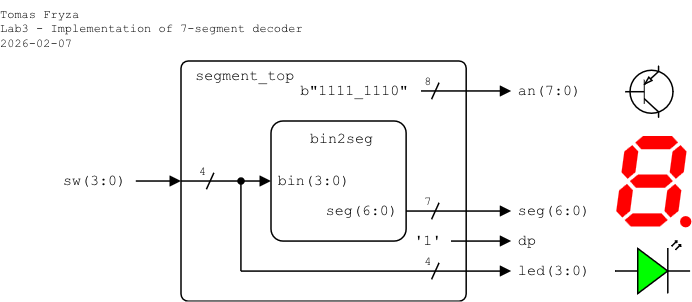
Earlier version of the draw.io export lab3-segment/images/top-level_1-digit.png (tomas-fryza/vhdl-examples). Source tidied: cells renumbered, new cells last; positions are measured from the earlier drawing's top-left corner, leaving out a move shared by most shapes. Source of this version:
```xml
<mxGraphModel>
  <root>
    <mxCell id="0" />
    <mxCell id="1" parent="0" />
    <mxCell id="2" value="segment_top" style="rounded=1;arcSize=3;whiteSpace=wrap;html=1;align=left;verticalAlign=top;fontFamily=Courier New;absoluteArcSize=0;fillColor=none;fontSize=10;spacingLeft=10;imageHeight=24;spacing=0;" parent="1" vertex="1">
      <mxGeometry x="120" y="40" width="190" height="160" as="geometry" />
    </mxCell>
    <mxCell id="3" value="bin2seg" style="rounded=1;arcSize=10;align=center;verticalAlign=top;fontFamily=Courier New;absoluteArcSize=0;fillColor=none;fixDash=0;fontSize=10;spacingLeft=5;labelBorderColor=none;spacingTop=0;spacing=2;labelBackgroundColor=none;whiteSpace=wrap;html=1;strokeWidth=1;shadow=0;glass=0;" parent="1" vertex="1">
      <mxGeometry x="180" y="80" width="90" height="80" as="geometry" />
    </mxCell>
    <mxCell id="4" value="&lt;div style=&quot;line-height: 100%;&quot; align=&quot;left&quot;&gt;bin(3:0)&lt;/div&gt;" style="text;html=1;align=left;verticalAlign=middle;whiteSpace=wrap;rounded=0;fontFamily=Courier New;fontSize=10;fillOpacity=100;spacingLeft=5;spacing=0;" parent="1" vertex="1">
      <mxGeometry x="180" y="110" width="60" height="20" as="geometry" />
    </mxCell>
    <mxCell id="5" value="&lt;div style=&quot;line-height: 100%;&quot;&gt;seg(6:0)&lt;/div&gt;" style="text;html=1;align=right;verticalAlign=middle;whiteSpace=wrap;rounded=0;fontFamily=Courier New;fontSize=10;fillOpacity=100;spacing=0;spacingRight=5;" parent="1" vertex="1">
      <mxGeometry x="210" y="130" width="60" height="20" as="geometry" />
    </mxCell>
    <mxCell id="6" style="endArrow=block;html=1;rounded=0;exitX=1;exitY=0.5;exitDx=0;exitDy=0;endFill=1;endSize=5;startSize=5;" parent="1" edge="1" source="5">
      <mxGeometry relative="1" as="geometry">
        <mxPoint x="340" y="140" as="targetPoint" />
      </mxGeometry>
    </mxCell>
    <mxCell id="7" style="endArrow=block;html=1;rounded=0;endFill=1;endSize=5;startSize=5;" parent="1" edge="1">
      <mxGeometry relative="1" as="geometry">
        <mxPoint x="120" y="120" as="sourcePoint" />
        <mxPoint x="180" y="120" as="targetPoint" />
      </mxGeometry>
    </mxCell>
    <mxCell id="8" style="endArrow=block;html=1;rounded=0;endFill=1;endSize=5;startSize=5;" parent="1" edge="1">
      <mxGeometry relative="1" as="geometry">
        <mxPoint x="90" y="120" as="sourcePoint" />
        <mxPoint x="120" y="120" as="targetPoint" />
      </mxGeometry>
    </mxCell>
    <mxCell id="9" value="sw(3:0)" style="text;html=1;align=left;verticalAlign=middle;whiteSpace=wrap;rounded=0;fontFamily=Courier New;fontSize=10;fillOpacity=100;spacing=2;spacingLeft=0;" parent="1" vertex="1">
      <mxGeometry x="40" y="110" width="40" height="20" as="geometry" />
    </mxCell>
    <mxCell id="10" value="seg(6:0)" style="text;html=1;align=left;verticalAlign=middle;whiteSpace=wrap;rounded=0;fontFamily=Courier New;fontSize=10;fillOpacity=100;spacing=0;spacingLeft=5;" parent="1" vertex="1">
      <mxGeometry x="340" y="130" width="60" height="20" as="geometry" />
    </mxCell>
    <mxCell id="11" style="endArrow=block;html=1;rounded=0;endFill=1;orthogonal=1;endSize=5;startSize=5;" parent="1" edge="1">
      <mxGeometry relative="1" as="geometry">
        <mxPoint x="160" y="180" as="sourcePoint" />
        <mxPoint x="340" y="180" as="targetPoint" />
      </mxGeometry>
    </mxCell>
    <mxCell id="12" style="endArrow=none;html=1;rounded=0;startArrow=oval;startFill=1;endSize=4;startSize=4;" parent="1" edge="1">
      <mxGeometry relative="1" as="geometry">
        <mxPoint x="160" y="120" as="sourcePoint" />
        <mxPoint x="160" y="180" as="targetPoint" />
      </mxGeometry>
    </mxCell>
    <mxCell id="13" value="led(3:0)" style="text;html=1;align=left;verticalAlign=middle;whiteSpace=wrap;rounded=0;fontFamily=Courier New;fontSize=10;fillOpacity=100;spacing=0;spacingLeft=5;" parent="1" vertex="1">
      <mxGeometry x="340" y="170" width="60" height="20" as="geometry" />
    </mxCell>
    <mxCell id="14" style="endArrow=block;html=1;rounded=0;endFill=1;orthogonal=1;endSize=5;startSize=5;" parent="1" edge="1">
      <mxGeometry relative="1" as="geometry">
        <mxPoint x="280" y="60" as="sourcePoint" />
        <mxPoint x="340" y="60" as="targetPoint" />
      </mxGeometry>
    </mxCell>
    <mxCell id="15" value="b&quot;1111_1110&quot;" style="text;html=1;align=left;verticalAlign=middle;whiteSpace=wrap;rounded=0;fontFamily=Courier New;fontSize=10;fillOpacity=100;spacing=0;spacingLeft=0;spacingRight=5;" parent="1" vertex="1">
      <mxGeometry x="200" y="50" width="80" height="20" as="geometry" />
    </mxCell>
    <mxCell id="16" value="an(7:0)" style="text;html=1;align=left;verticalAlign=middle;whiteSpace=wrap;rounded=0;fontFamily=Courier New;fontSize=10;fillOpacity=100;spacing=0;spacingLeft=5;" parent="1" vertex="1">
      <mxGeometry x="340" y="50" width="50" height="20" as="geometry" />
    </mxCell>
    <mxCell id="17" style="endArrow=block;html=1;rounded=0;endFill=1;orthogonal=1;endSize=5;startSize=5;" parent="1" edge="1">
      <mxGeometry relative="1" as="geometry">
        <mxPoint x="300" y="160" as="sourcePoint" />
        <mxPoint x="340" y="160" as="targetPoint" />
      </mxGeometry>
    </mxCell>
    <mxCell id="18" value="dp" style="text;html=1;align=left;verticalAlign=middle;whiteSpace=wrap;rounded=0;fontFamily=Courier New;fontSize=10;fillOpacity=100;spacing=0;spacingLeft=5;" parent="1" vertex="1">
      <mxGeometry x="340" y="150" width="20" height="20" as="geometry" />
    </mxCell>
    <mxCell id="19" value="'1'" style="text;html=1;align=right;verticalAlign=middle;whiteSpace=wrap;rounded=0;fontFamily=Courier New;fontSize=10;fillOpacity=100;spacing=0;spacingLeft=0;spacingRight=5;" parent="1" vertex="1">
      <mxGeometry x="269" y="150" width="30" height="20" as="geometry" />
    </mxCell>
    <mxCell id="20" style="verticalLabelPosition=bottom;shadow=0;dashed=0;align=center;html=1;verticalAlign=top;shape=mxgraph.electrical.opto_electronics.7_segment_display_with_dp;fillColor=#FF0000;strokeColor=none;" parent="1" vertex="1">
      <mxGeometry x="410" y="90" width="50" height="60.8" as="geometry" />
    </mxCell>
    <mxCell id="21" style="verticalLabelPosition=bottom;shadow=0;dashed=0;align=center;html=1;verticalAlign=top;shape=mxgraph.electrical.opto_electronics.led_2;fillColor=#00FF00;" parent="1" vertex="1">
      <mxGeometry x="409.4" y="160" width="50" height="35" as="geometry" />
    </mxCell>
    <mxCell id="22" value="7" style="text;html=1;align=center;verticalAlign=middle;whiteSpace=wrap;rounded=0;fontFamily=Courier New;fontSize=8;fillOpacity=100;spacing=2;spacingRight=0;" parent="1" vertex="1">
      <mxGeometry x="280" y="124" width="10" height="20" as="geometry" />
    </mxCell>
    <mxCell id="23" style="endArrow=none;html=1;rounded=0;startArrow=none;startFill=0;endSize=4;startSize=4;" parent="1" edge="1">
      <mxGeometry relative="1" as="geometry">
        <mxPoint x="292" y="134.5" as="sourcePoint" />
        <mxPoint x="287" y="145.5" as="targetPoint" />
      </mxGeometry>
    </mxCell>
    <mxCell id="24" value="8" style="text;html=1;align=center;verticalAlign=middle;whiteSpace=wrap;rounded=0;fontFamily=Courier New;fontSize=8;fillOpacity=100;spacing=2;spacingRight=0;" parent="1" vertex="1">
      <mxGeometry x="280" y="44" width="10" height="20" as="geometry" />
    </mxCell>
    <mxCell id="25" style="endArrow=none;html=1;rounded=0;startArrow=none;startFill=0;endSize=4;startSize=4;" parent="1" edge="1">
      <mxGeometry relative="1" as="geometry">
        <mxPoint x="292" y="54.5" as="sourcePoint" />
        <mxPoint x="287" y="65.5" as="targetPoint" />
      </mxGeometry>
    </mxCell>
    <mxCell id="26" value="&lt;div&gt;Tomas Fryza&lt;/div&gt;&lt;div&gt;Lab3 - Implementation of 7-segment decoder&lt;/div&gt;&lt;div&gt;2026-02-07&lt;/div&gt;" style="text;html=1;align=left;verticalAlign=top;whiteSpace=wrap;rounded=0;fontFamily=Courier New;fontSize=8;fillOpacity=100;spacing=0;spacingLeft=0;" parent="1" vertex="1">
      <mxGeometry width="240" height="40" as="geometry" />
    </mxCell>
    <mxCell id="27" value="4" style="text;html=1;align=center;verticalAlign=middle;whiteSpace=wrap;rounded=0;fontFamily=Courier New;fontSize=8;fillOpacity=100;spacing=2;spacingRight=0;" parent="1" vertex="1">
      <mxGeometry x="280" y="164" width="10" height="20" as="geometry" />
    </mxCell>
    <mxCell id="28" style="endArrow=none;html=1;rounded=0;startArrow=none;startFill=0;endSize=4;startSize=4;" parent="1" edge="1">
      <mxGeometry relative="1" as="geometry">
        <mxPoint x="292" y="174.5" as="sourcePoint" />
        <mxPoint x="287" y="185.5" as="targetPoint" />
      </mxGeometry>
    </mxCell>
    <mxCell id="29" value="4" style="text;html=1;align=center;verticalAlign=middle;whiteSpace=wrap;rounded=0;fontFamily=Courier New;fontSize=8;fillOpacity=100;spacing=2;spacingRight=0;" parent="1" vertex="1">
      <mxGeometry x="130" y="104" width="10" height="20" as="geometry" />
    </mxCell>
    <mxCell id="30" style="endArrow=none;html=1;rounded=0;startArrow=none;startFill=0;endSize=4;startSize=4;" parent="1" edge="1">
      <mxGeometry relative="1" as="geometry">
        <mxPoint x="142" y="114.5" as="sourcePoint" />
        <mxPoint x="137" y="125.5" as="targetPoint" />
      </mxGeometry>
    </mxCell>
    <mxCell id="31" style="verticalLabelPosition=bottom;shadow=0;dashed=0;align=center;html=1;verticalAlign=top;shape=mxgraph.electrical.transistors.pnp_transistor_1;" parent="1" vertex="1">
      <mxGeometry x="415.2" y="43" width="33.2" height="35" as="geometry" />
    </mxCell>
  </root>
</mxGraphModel>
```
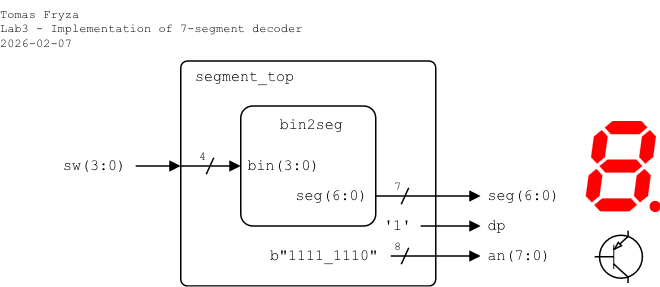
Above is the later version.

Commit message:
top level simplified

Change to the diagram source:
```diff
@@ -3,26 +3,26 @@
     <mxCell id="0" />
     <mxCell id="1" parent="0" />
     <mxCell id="2" value="segment_top" style="rounded=1;arcSize=3;whiteSpace=wrap;html=1;align=left;verticalAlign=top;fontFamily=Courier New;absoluteArcSize=0;fillColor=none;fontSize=10;spacingLeft=10;imageHeight=24;spacing=0;" parent="1" vertex="1">
-      <mxGeometry x="120" y="40" width="190" height="160" as="geometry" />
+      <mxGeometry x="120" y="50" width="170" height="150" as="geometry" />
     </mxCell>
     <mxCell id="3" value="bin2seg" style="rounded=1;arcSize=10;align=center;verticalAlign=top;fontFamily=Courier New;absoluteArcSize=0;fillColor=none;fixDash=0;fontSize=10;spacingLeft=5;labelBorderColor=none;spacingTop=0;spacing=2;labelBackgroundColor=none;whiteSpace=wrap;html=1;strokeWidth=1;shadow=0;glass=0;" parent="1" vertex="1">
-      <mxGeometry x="180" y="80" width="90" height="80" as="geometry" />
+      <mxGeometry x="160" y="80" width="90" height="80" as="geometry" />
     </mxCell>
     <mxCell id="4" value="&lt;div style=&quot;line-height: 100%;&quot; align=&quot;left&quot;&gt;bin(3:0)&lt;/div&gt;" style="text;html=1;align=left;verticalAlign=middle;whiteSpace=wrap;rounded=0;fontFamily=Courier New;fontSize=10;fillOpacity=100;spacingLeft=5;spacing=0;" parent="1" vertex="1">
-      <mxGeometry x="180" y="110" width="60" height="20" as="geometry" />
+      <mxGeometry x="160" y="110" width="60" height="20" as="geometry" />
     </mxCell>
     <mxCell id="5" value="&lt;div style=&quot;line-height: 100%;&quot;&gt;seg(6:0)&lt;/div&gt;" style="text;html=1;align=right;verticalAlign=middle;whiteSpace=wrap;rounded=0;fontFamily=Courier New;fontSize=10;fillOpacity=100;spacing=0;spacingRight=5;" parent="1" vertex="1">
-      <mxGeometry x="210" y="130" width="60" height="20" as="geometry" />
+      <mxGeometry x="190" y="130" width="60" height="20" as="geometry" />
     </mxCell>
     <mxCell id="6" style="endArrow=block;html=1;rounded=0;exitX=1;exitY=0.5;exitDx=0;exitDy=0;endFill=1;endSize=5;startSize=5;" parent="1" edge="1" source="5">
       <mxGeometry relative="1" as="geometry">
-        <mxPoint x="340" y="140" as="targetPoint" />
+        <mxPoint x="320" y="140" as="targetPoint" />
       </mxGeometry>
     </mxCell>
     <mxCell id="7" style="endArrow=block;html=1;rounded=0;endFill=1;endSize=5;startSize=5;" parent="1" edge="1">
       <mxGeometry relative="1" as="geometry">
         <mxPoint x="120" y="120" as="sourcePoint" />
-        <mxPoint x="180" y="120" as="targetPoint" />
+        <mxPoint x="160" y="120" as="targetPoint" />
       </mxGeometry>
     </mxCell>
     <mxCell id="8" style="endArrow=block;html=1;rounded=0;endFill=1;endSize=5;startSize=5;" parent="1" edge="1">
@@ -35,94 +35,67 @@
       <mxGeometry x="40" y="110" width="40" height="20" as="geometry" />
     </mxCell>
     <mxCell id="10" value="seg(6:0)" style="text;html=1;align=left;verticalAlign=middle;whiteSpace=wrap;rounded=0;fontFamily=Courier New;fontSize=10;fillOpacity=100;spacing=0;spacingLeft=5;" parent="1" vertex="1">
-      <mxGeometry x="340" y="130" width="60" height="20" as="geometry" />
+      <mxGeometry x="320" y="130" width="60" height="20" as="geometry" />
     </mxCell>
     <mxCell id="11" style="endArrow=block;html=1;rounded=0;endFill=1;orthogonal=1;endSize=5;startSize=5;" parent="1" edge="1">
       <mxGeometry relative="1" as="geometry">
-        <mxPoint x="160" y="180" as="sourcePoint" />
-        <mxPoint x="340" y="180" as="targetPoint" />
+        <mxPoint x="260" y="180" as="sourcePoint" />
+        <mxPoint x="320" y="180" as="targetPoint" />
       </mxGeometry>
     </mxCell>
-    <mxCell id="12" style="endArrow=none;html=1;rounded=0;startArrow=oval;startFill=1;endSize=4;startSize=4;" parent="1" edge="1">
-      <mxGeometry relative="1" as="geometry">
-        <mxPoint x="160" y="120" as="sourcePoint" />
-        <mxPoint x="160" y="180" as="targetPoint" />
-      </mxGeometry>
+    <mxCell id="12" value="b&quot;1111_1110&quot;" style="text;html=1;align=left;verticalAlign=middle;whiteSpace=wrap;rounded=0;fontFamily=Courier New;fontSize=10;fillOpacity=100;spacing=0;spacingLeft=0;spacingRight=5;" parent="1" vertex="1">
+      <mxGeometry x="180" y="170" width="80" height="20" as="geometry" />
     </mxCell>
-    <mxCell id="13" value="led(3:0)" style="text;html=1;align=left;verticalAlign=middle;whiteSpace=wrap;rounded=0;fontFamily=Courier New;fontSize=10;fillOpacity=100;spacing=0;spacingLeft=5;" parent="1" vertex="1">
-      <mxGeometry x="340" y="170" width="60" height="20" as="geometry" />
+    <mxCell id="13" value="an(7:0)" style="text;html=1;align=left;verticalAlign=middle;whiteSpace=wrap;rounded=0;fontFamily=Courier New;fontSize=10;fillOpacity=100;spacing=0;spacingLeft=5;" parent="1" vertex="1">
+      <mxGeometry x="320" y="170" width="50" height="20" as="geometry" />
     </mxCell>
     <mxCell id="14" style="endArrow=block;html=1;rounded=0;endFill=1;orthogonal=1;endSize=5;startSize=5;" parent="1" edge="1">
       <mxGeometry relative="1" as="geometry">
-        <mxPoint x="280" y="60" as="sourcePoint" />
-        <mxPoint x="340" y="60" as="targetPoint" />
+        <mxPoint x="280" y="160" as="sourcePoint" />
+        <mxPoint x="320" y="160" as="targetPoint" />
       </mxGeometry>
     </mxCell>
-    <mxCell id="15" value="b&quot;1111_1110&quot;" style="text;html=1;align=left;verticalAlign=middle;whiteSpace=wrap;rounded=0;fontFamily=Courier New;fontSize=10;fillOpacity=100;spacing=0;spacingLeft=0;spacingRight=5;" parent="1" vertex="1">
-      <mxGeometry x="200" y="50" width="80" height="20" as="geometry" />
+    <mxCell id="15" value="dp" style="text;html=1;align=left;verticalAlign=middle;whiteSpace=wrap;rounded=0;fontFamily=Courier New;fontSize=10;fillOpacity=100;spacing=0;spacingLeft=5;" parent="1" vertex="1">
+      <mxGeometry x="320" y="150" width="20" height="20" as="geometry" />
     </mxCell>
-    <mxCell id="16" value="an(7:0)" style="text;html=1;align=left;verticalAlign=middle;whiteSpace=wrap;rounded=0;fontFamily=Courier New;fontSize=10;fillOpacity=100;spacing=0;spacingLeft=5;" parent="1" vertex="1">
-      <mxGeometry x="340" y="50" width="50" height="20" as="geometry" />
+    <mxCell id="16" value="'1'" style="text;html=1;align=right;verticalAlign=middle;whiteSpace=wrap;rounded=0;fontFamily=Courier New;fontSize=10;fillOpacity=100;spacing=0;spacingLeft=0;spacingRight=5;" parent="1" vertex="1">
+      <mxGeometry x="249" y="150" width="30" height="20" as="geometry" />
     </mxCell>
-    <mxCell id="17" style="endArrow=block;html=1;rounded=0;endFill=1;orthogonal=1;endSize=5;startSize=5;" parent="1" edge="1">
-      <mxGeometry relative="1" as="geometry">
-        <mxPoint x="300" y="160" as="sourcePoint" />
-        <mxPoint x="340" y="160" as="targetPoint" />
-      </mxGeometry>
+    <mxCell id="17" style="verticalLabelPosition=bottom;shadow=0;dashed=0;align=center;html=1;verticalAlign=top;shape=mxgraph.electrical.opto_electronics.7_segment_display_with_dp;fillColor=#FF0000;strokeColor=none;" parent="1" vertex="1">
+      <mxGeometry x="390" y="90" width="50" height="60.8" as="geometry" />
     </mxCell>
-    <mxCell id="18" value="dp" style="text;html=1;align=left;verticalAlign=middle;whiteSpace=wrap;rounded=0;fontFamily=Courier New;fontSize=10;fillOpacity=100;spacing=0;spacingLeft=5;" parent="1" vertex="1">
-      <mxGeometry x="340" y="150" width="20" height="20" as="geometry" />
+    <mxCell id="18" value="7" style="text;html=1;align=center;verticalAlign=middle;whiteSpace=wrap;rounded=0;fontFamily=Courier New;fontSize=8;fillOpacity=100;spacing=2;spacingRight=0;" parent="1" vertex="1">
+      <mxGeometry x="260" y="124" width="10" height="20" as="geometry" />
     </mxCell>
-    <mxCell id="19" value="'1'" style="text;html=1;align=right;verticalAlign=middle;whiteSpace=wrap;rounded=0;fontFamily=Courier New;fontSize=10;fillOpacity=100;spacing=0;spacingLeft=0;spacingRight=5;" parent="1" vertex="1">
-      <mxGeometry x="269" y="150" width="30" height="20" as="geometry" />
+    <mxCell id="19" style="endArrow=none;html=1;rounded=0;startArrow=none;startFill=0;endSize=4;startSize=4;" parent="1" edge="1">
+      <mxGeometry relative="1" as="geometry">
+        <mxPoint x="272" y="134.5" as="sourcePoint" />
+        <mxPoint x="267" y="145.5" as="targetPoint" />
+      </mxGeometry>
     </mxCell>
-    <mxCell id="20" style="verticalLabelPosition=bottom;shadow=0;dashed=0;align=center;html=1;verticalAlign=top;shape=mxgraph.electrical.opto_electronics.7_segment_display_with_dp;fillColor=#FF0000;strokeColor=none;" parent="1" vertex="1">
-      <mxGeometry x="410" y="90" width="50" height="60.8" as="geometry" />
+    <mxCell id="20" value="8" style="text;html=1;align=center;verticalAlign=middle;whiteSpace=wrap;rounded=0;fontFamily=Courier New;fontSize=8;fillOpacity=100;spacing=2;spacingRight=0;" parent="1" vertex="1">
+      <mxGeometry x="260" y="164" width="10" height="20" as="geometry" />
     </mxCell>
-    <mxCell id="21" style="verticalLabelPosition=bottom;shadow=0;dashed=0;align=center;html=1;verticalAlign=top;shape=mxgraph.electrical.opto_electronics.led_2;fillColor=#00FF00;" parent="1" vertex="1">
-      <mxGeometry x="409.4" y="160" width="50" height="35" as="geometry" />
+    <mxCell id="21" style="endArrow=none;html=1;rounded=0;startArrow=none;startFill=0;endSize=4;startSize=4;" parent="1" edge="1">
+      <mxGeometry relative="1" as="geometry">
+        <mxPoint x="272" y="174.5" as="sourcePoint" />
+        <mxPoint x="267" y="185.5" as="targetPoint" />
+      </mxGeometry>
     </mxCell>
-    <mxCell id="22" value="7" style="text;html=1;align=center;verticalAlign=middle;whiteSpace=wrap;rounded=0;fontFamily=Courier New;fontSize=8;fillOpacity=100;spacing=2;spacingRight=0;" parent="1" vertex="1">
-      <mxGeometry x="280" y="124" width="10" height="20" as="geometry" />
+    <mxCell id="22" value="&lt;div&gt;Tomas Fryza&lt;/div&gt;&lt;div&gt;Lab3 - Implementation of 7-segment decoder&lt;/div&gt;&lt;div&gt;2026-02-07&lt;/div&gt;" style="text;html=1;align=left;verticalAlign=top;whiteSpace=wrap;rounded=0;fontFamily=Courier New;fontSize=8;fillOpacity=100;spacing=0;spacingLeft=0;" parent="1" vertex="1">
+      <mxGeometry y="10" width="240" height="40" as="geometry" />
     </mxCell>
-    <mxCell id="23" style="endArrow=none;html=1;rounded=0;startArrow=none;startFill=0;endSize=4;startSize=4;" parent="1" edge="1">
-      <mxGeometry relative="1" as="geometry">
-        <mxPoint x="292" y="134.5" as="sourcePoint" />
-        <mxPoint x="287" y="145.5" as="targetPoint" />
-      </mxGeometry>
+    <mxCell id="23" value="4" style="text;html=1;align=center;verticalAlign=middle;whiteSpace=wrap;rounded=0;fontFamily=Courier New;fontSize=8;fillOpacity=100;spacing=2;spacingRight=0;" parent="1" vertex="1">
+      <mxGeometry x="130" y="104" width="10" height="20" as="geometry" />
     </mxCell>
-    <mxCell id="24" value="8" style="text;html=1;align=center;verticalAlign=middle;whiteSpace=wrap;rounded=0;fontFamily=Courier New;fontSize=8;fillOpacity=100;spacing=2;spacingRight=0;" parent="1" vertex="1">
-      <mxGeometry x="280" y="44" width="10" height="20" as="geometry" />
+    <mxCell id="24" style="endArrow=none;html=1;rounded=0;startArrow=none;startFill=0;endSize=4;startSize=4;" parent="1" edge="1">
+      <mxGeometry relative="1" as="geometry">
+        <mxPoint x="142" y="114.5" as="sourcePoint" />
+        <mxPoint x="137" y="125.5" as="targetPoint" />
+      </mxGeometry>
     </mxCell>
-    <mxCell id="25" style="endArrow=none;html=1;rounded=0;startArrow=none;startFill=0;endSize=4;startSize=4;" parent="1" edge="1">
-      <mxGeometry relative="1" as="geometry">
-        <mxPoint x="292" y="54.5" as="sourcePoint" />
-        <mxPoint x="287" y="65.5" as="targetPoint" />
-      </mxGeometry>
+    <mxCell id="25" style="verticalLabelPosition=bottom;shadow=0;dashed=0;align=center;html=1;verticalAlign=top;shape=mxgraph.electrical.transistors.pnp_transistor_1;" parent="1" vertex="1">
+      <mxGeometry x="395.2" y="163" width="33.2" height="35" as="geometry" />
     </mxCell>
-    <mxCell id="26" value="&lt;div&gt;Tomas Fryza&lt;/div&gt;&lt;div&gt;Lab3 - Implementation of 7-segment decoder&lt;/div&gt;&lt;div&gt;2026-02-07&lt;/div&gt;" style="text;html=1;align=left;verticalAlign=top;whiteSpace=wrap;rounded=0;fontFamily=Courier New;fontSize=8;fillOpacity=100;spacing=0;spacingLeft=0;" parent="1" vertex="1">
-      <mxGeometry width="240" height="40" as="geometry" />
-    </mxCell>
-    <mxCell id="27" value="4" style="text;html=1;align=center;verticalAlign=middle;whiteSpace=wrap;rounded=0;fontFamily=Courier New;fontSize=8;fillOpacity=100;spacing=2;spacingRight=0;" parent="1" vertex="1">
-      <mxGeometry x="280" y="164" width="10" height="20" as="geometry" />
-    </mxCell>
-    <mxCell id="28" style="endArrow=none;html=1;rounded=0;startArrow=none;startFill=0;endSize=4;startSize=4;" parent="1" edge="1">
-      <mxGeometry relative="1" as="geometry">
-        <mxPoint x="292" y="174.5" as="sourcePoint" />
-        <mxPoint x="287" y="185.5" as="targetPoint" />
-      </mxGeometry>
-    </mxCell>
-    <mxCell id="29" value="4" style="text;html=1;align=center;verticalAlign=middle;whiteSpace=wrap;rounded=0;fontFamily=Courier New;fontSize=8;fillOpacity=100;spacing=2;spacingRight=0;" parent="1" vertex="1">
-      <mxGeometry x="130" y="104" width="10" height="20" as="geometry" />
-    </mxCell>
-    <mxCell id="30" style="endArrow=none;html=1;rounded=0;startArrow=none;startFill=0;endSize=4;startSize=4;" parent="1" edge="1">
-      <mxGeometry relative="1" as="geometry">
-        <mxPoint x="142" y="114.5" as="sourcePoint" />
-        <mxPoint x="137" y="125.5" as="targetPoint" />
-      </mxGeometry>
-    </mxCell>
-    <mxCell id="31" style="verticalLabelPosition=bottom;shadow=0;dashed=0;align=center;html=1;verticalAlign=top;shape=mxgraph.electrical.transistors.pnp_transistor_1;" parent="1" vertex="1">
-      <mxGeometry x="415.2" y="43" width="33.2" height="35" as="geometry" />
-    </mxCell>
   </root>
 </mxGraphModel>
```
